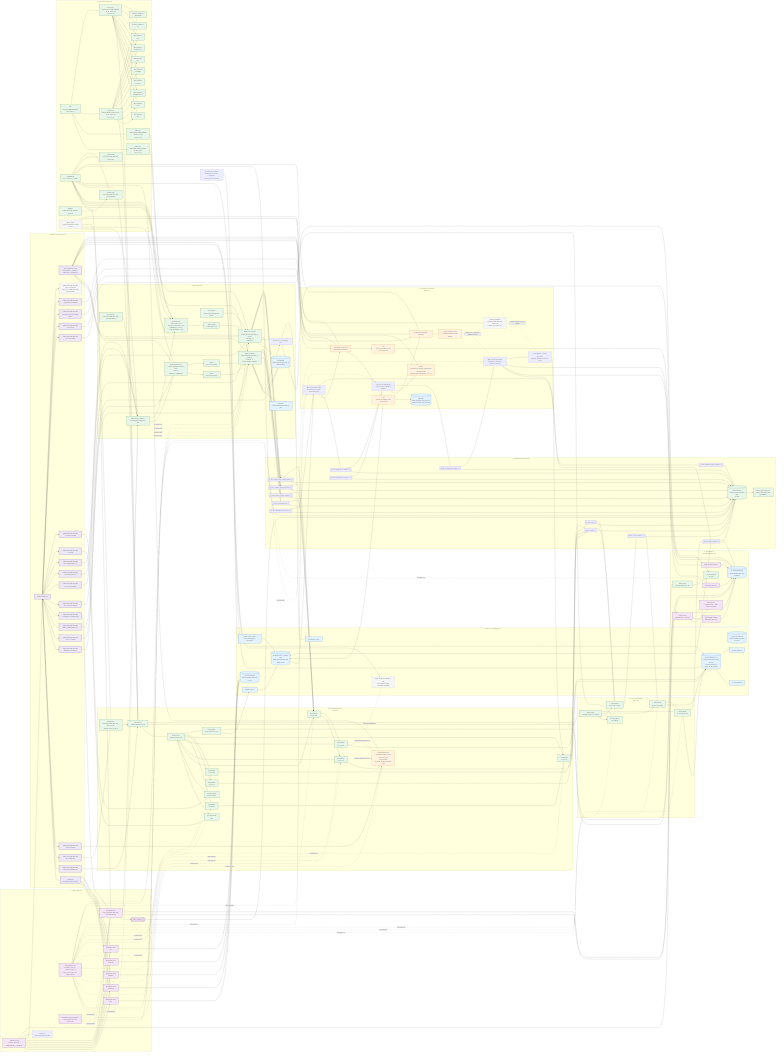
The Mermaid diagram docs/design/platform/dev_full/graph/dev_full_platform_network_current_v0.mermaid.png in EsosaOrumwese/fraud-detection-system, before a commit. Its source is kept beside it as docs/design/platform/dev_full/graph/dev_full_platform_network_current_v0.mermaid.mmd.
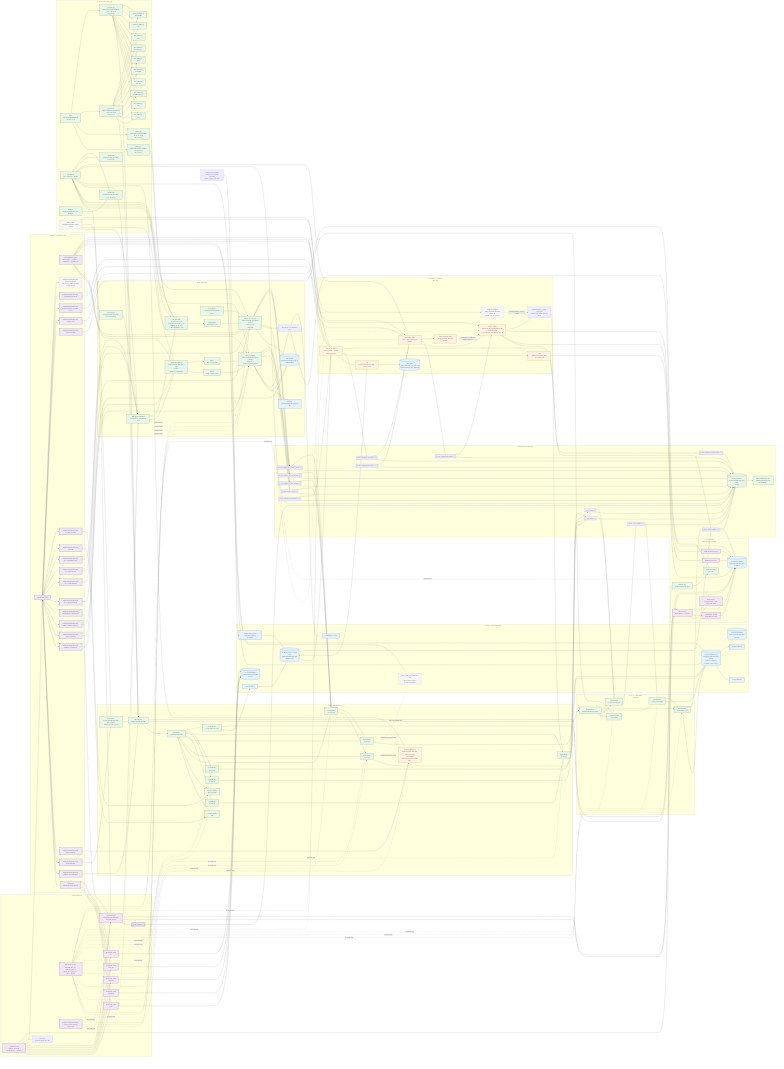
Above is the later version.

Change to the diagram source:
```diff
@@ -81,17 +81,14 @@
   end
 
   subgraph LEARN["6. Learning / Evolution Network"]
-    OFS["OFS logical component<br>dataset build / replay materialization"]
-    MF["MF logical component<br>train / eval / candidate bundle"]
-    MPR["MPR logical component<br>promotion / rollback / active resolution"]
-    DBX["Databricks workspace<br>managed OFS substrate"]
+    DBX["Databricks (OFS)<br>dataset build / replay materialization"]
     DBXBUILD["Job<br>fraud-platform-dev-full-ofs-build-v0"]
     DBXQUAL["Job<br>fraud-platform-dev-full-ofs-quality-v0"]
     GLUEDB[("Glue DBs<br>fraud_platform_dev_full_ofs<br>fraud_platform_dev_full_m15")]
-    SM["SageMaker managed substrate"]
+    SM["SageMaker (MF)<br>train / eval / candidate bundle"]
     SMPKG["Model package group<br>fraud-platform-dev-full-models"]
     SMENDPT["Endpoint handle<br>fraud-platform-dev-full-online-v0<br>pinned, not active now"]
-    MLFLOW["MLflow<br>databricks-managed tracking URI<br>/Shared/fraud-platform/dev_full/mlflow_exp_v0"]
+    MLFLOW["MLflow (MPR)<br>databricks-managed tracking URI<br>/Shared/fraud-platform/dev_full/mlflow_exp_v0"]
     REGACTIVE["Active bundle / policy resolution<br>runtime-consumed registry truth"]
   end
 
@@ -196,9 +193,9 @@
   RUNID -. required pins .-> CASETRIG
   RUNID -. required pins .-> CM
   RUNID -. required pins .-> LS
-  RUNID -. required pins .-> OFS
-  RUNID -. required pins .-> MF
-  RUNID -. required pins .-> MPR
+  RUNID -. required pins .-> DBX
+  RUNID -. required pins .-> SM
+  RUNID -. required pins .-> MLFLOW
   RUNID -. required pins .-> REPORTS
   RUNTIMEPATH -. selection rule .-> SFN
   RUNTIMEPATH -. selection rule .-> IGLAMBDA
@@ -306,29 +303,27 @@
   TLABELS --> OBJ
 
   ORACLE --> OBJ
-  OBJ --> OFS
-  TLABELS --> OFS
-  TOFSREQ --> OFS
-  OFS --> DBX
+  OBJ --> DBX
+  TLABELS --> DBX
+  TOFSREQ --> DBX
   DBX --> DBXBUILD
   DBX --> DBXQUAL
   DBXBUILD --> GLUEDB
   DBXBUILD --> OBJ
   DBXQUAL --> EVID
-  OFS --> TOFSEVT
-  TOFSEVT --> MF
-  TMFREQ --> MF
-  MF --> SM
-  MF --> MLFLOW
-  MF --> TMFEVT
+  DBX --> TOFSEVT
+  TOFSEVT --> SM
+  TMFREQ --> SM
+  SM --> MLFLOW
+  SM --> TMFEVT
   SM --> SMPKG
-  SMPKG -. candidate / promoted bundle lineage .-> MPR
+  SMPKG -. candidate / promoted bundle lineage .-> MLFLOW
   SMENDPT -. pinned runtime serving handle .-> REGACTIVE
-  TMFEVT --> MPR
-  MPR --> TREG
-  MPR --> PROMO
-  MPR --> ROLLBACK
-  MPR --> REGACTIVE
+  TMFEVT --> MLFLOW
+  MLFLOW --> TREG
+  MLFLOW --> PROMO
+  MLFLOW --> ROLLBACK
+  MLFLOW --> REGACTIVE
   REGACTIVE --> DF
 
   EKS --> NSOBS
```
